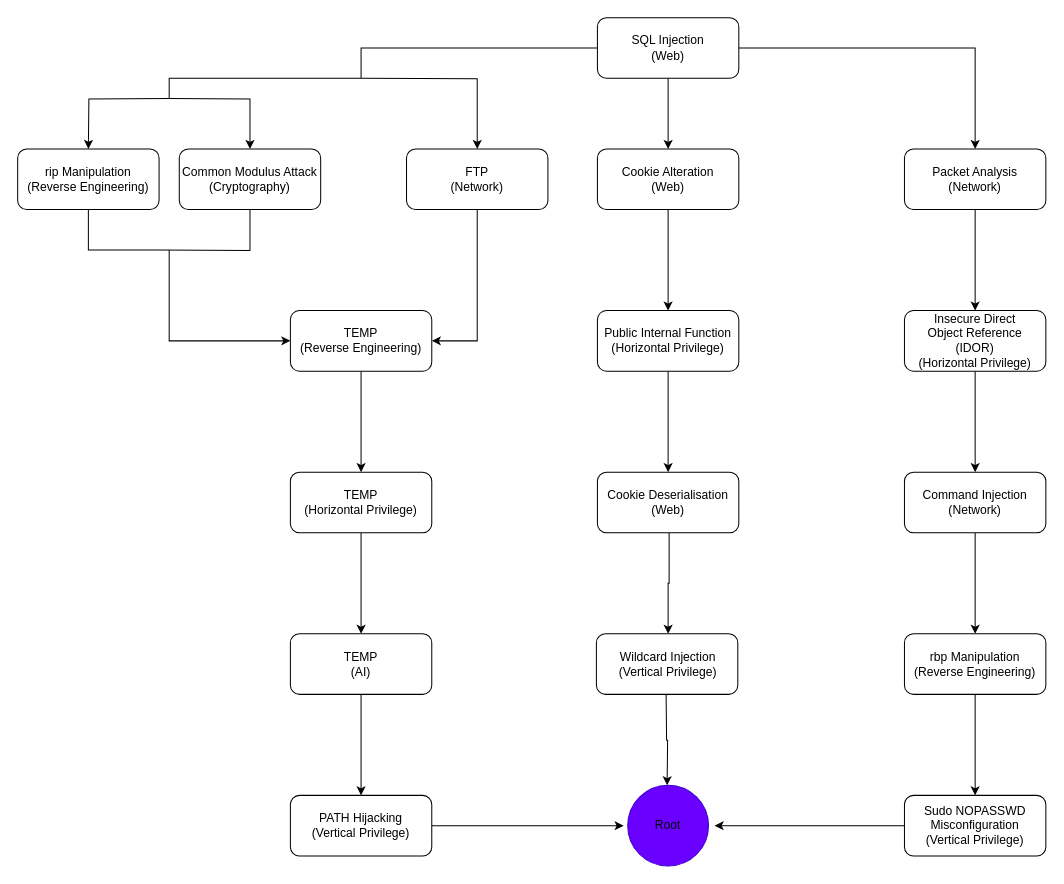
Before: ExploitMap.drawio in saacutter/rta-ctf, a draw.io diagram. Source tidied: cells renumbered, new cells numbered last; positions are measured from the earlier drawing's top-left corner, leaving out a move shared by most shapes. Both pictures are drawn from the tidied source at 101%, with x=0, y=0 at pixel (17, 17).
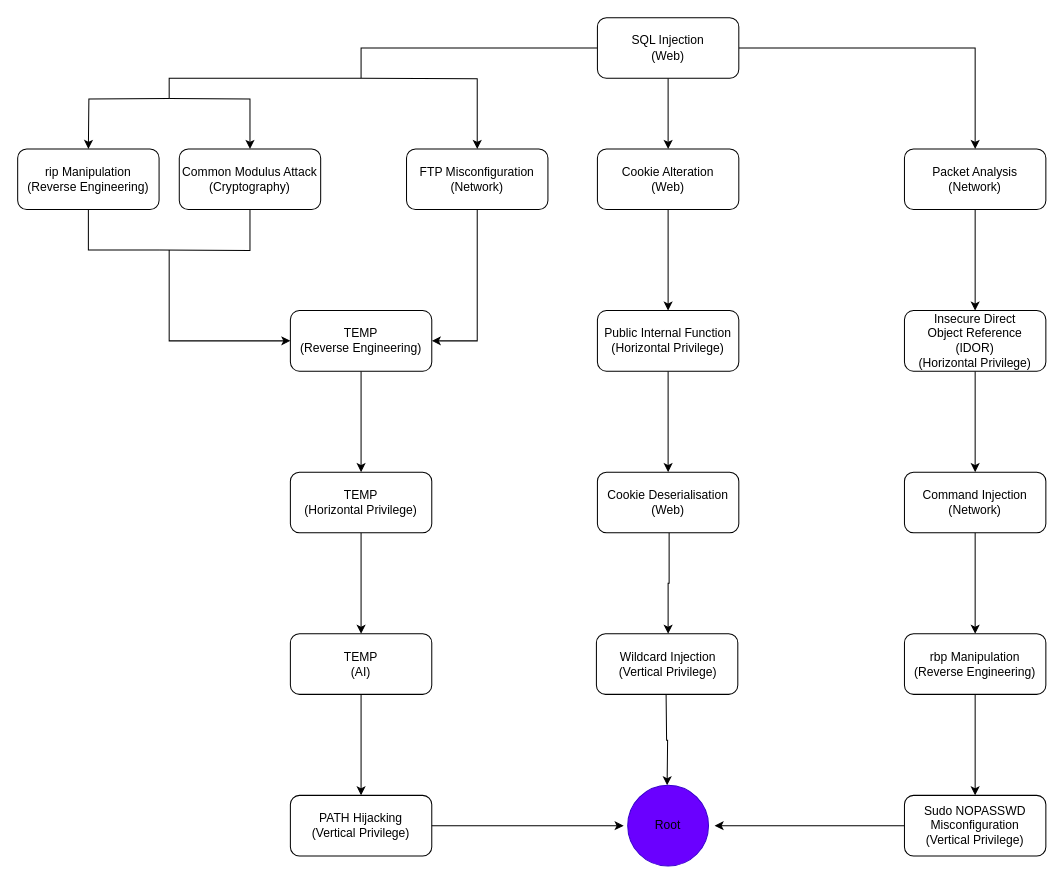
The same diagram, later.

Diff of the diagram source:
```diff
@@
-    <mxCell id="54" value="FTP&lt;br&gt;(Network)" style="text;html=1;whiteSpace=wrap;strokeColor=none;fillColor=none;align=center;verticalAlign=middle;rounded=0;" parent="1" vertex="1">
+    <mxCell id="54" value="FTP Misconfiguration&lt;br&gt;(Network)" style="text;html=1;whiteSpace=wrap;strokeColor=none;fillColor=none;align=center;verticalAlign=middle;rounded=0;" parent="1" vertex="1">
       <mxGeometry x="395" y="145" width="120" height="30" as="geometry" />
     </mxCell>
```
